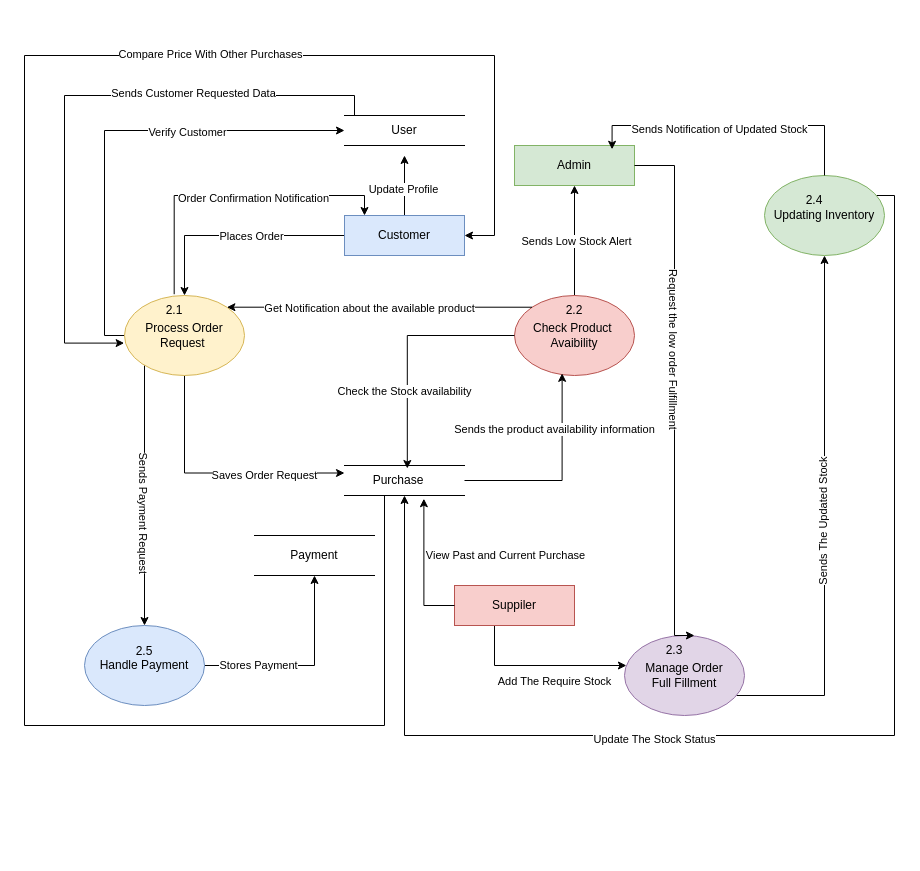
pawal-karki/DRAW.IO keeps this draw.io diagram as Untitled Diagram.drawio. Above is the earlier version. Source tidied: cells renumbered, new cells numbered last; positions are measured from the earlier drawing's top-left corner, leaving out a move shared by most shapes. Both pictures are drawn from the tidied source at 100%, with x=0, y=0 at pixel (24, 55).
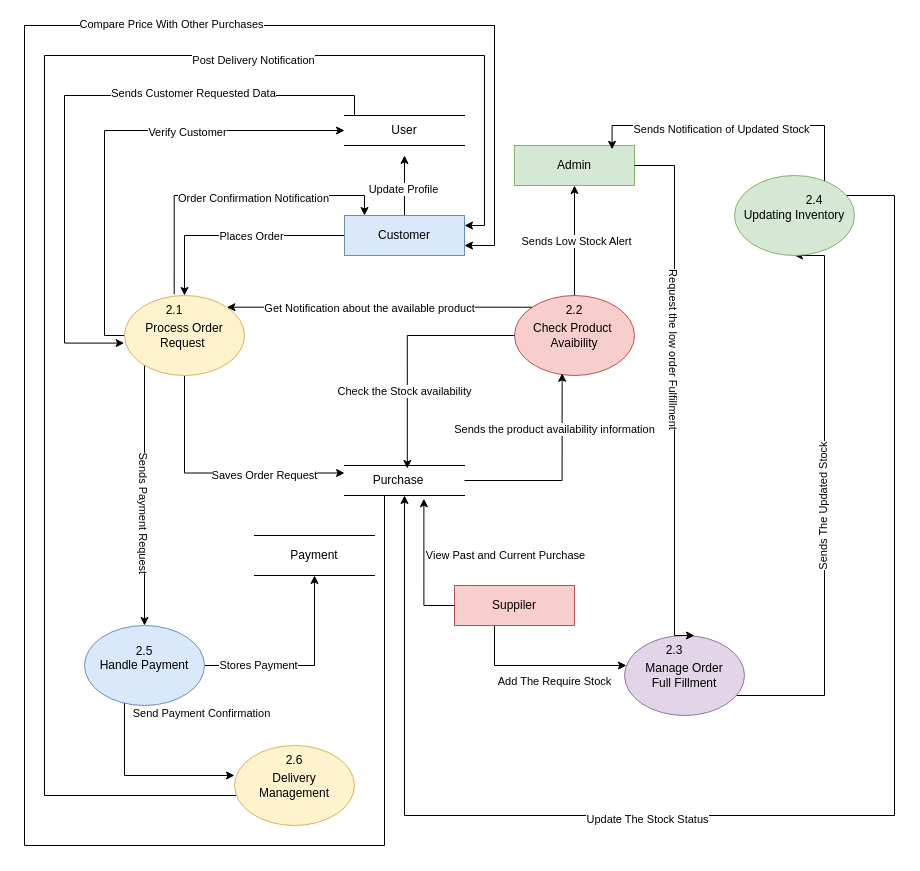
The same diagram, later.

Unchanged cells that the change refers to:
```xml
<mxCell id="6" value="Customer" style="rounded=0;whiteSpace=wrap;html=1;fillColor=#dae8fc;strokeColor=#6c8ebf;" parent="1" vertex="1">
  <mxGeometry x="320" y="160" width="120" height="40" as="geometry" />
</mxCell>
<mxCell id="22" value="Purchase" style="text;html=1;align=center;verticalAlign=middle;whiteSpace=wrap;rounded=0;" parent="1" vertex="1">
  <mxGeometry x="344" y="410" width="60" height="30" as="geometry" />
</mxCell>
<mxCell id="48" value="Handle Payment" style="ellipse;whiteSpace=wrap;html=1;fillColor=#dae8fc;strokeColor=#6c8ebf;" parent="1" vertex="1">
  <mxGeometry x="60" y="570" width="120" height="80" as="geometry" />
</mxCell>
```

The edit, as a diff of the source:
```diff
@@
-    <mxCell id="20" style="edgeStyle=orthogonalEdgeStyle;rounded=0;jettySize=auto;html=1;" parent="1" edge="1" source="22">
+    <mxCell id="20" style="edgeStyle=orthogonalEdgeStyle;rounded=0;jettySize=auto;html=1;exitX=0.25;exitY=1;exitDx=0;exitDy=0;" parent="1" edge="1" source="22">
       <mxGeometry relative="1" as="geometry">
-        <mxPoint x="440" y="180" as="targetPoint" />
+        <mxPoint x="440" y="190" as="targetPoint" />
         <Array as="points">
-          <mxPoint x="360" y="670" />
-          <mxPoint y="670" />
-          <mxPoint />
-          <mxPoint x="470" />
-          <mxPoint x="470" y="180" />
+          <mxPoint x="360" y="790" />
+          <mxPoint y="790" />
+          <mxPoint y="-30" />
+          <mxPoint x="470" y="-30" />
+          <mxPoint x="470" y="190" />
         </Array>
       </mxGeometry>
     </mxCell>
@@
     <mxCell id="26" style="edgeStyle=orthogonalEdgeStyle;rounded=0;jettySize=auto;html=1;" parent="1" edge="1" source="28">
       <mxGeometry relative="1" as="geometry">
         <mxPoint x="380" y="440" as="targetPoint" />
         <Array as="points">
           <mxPoint x="870" y="140" />
-          <mxPoint x="870" y="680" />
-          <mxPoint x="380" y="680" />
-          <mxPoint x="380" y="440" />
+          <mxPoint x="870" y="760" />
+          <mxPoint x="380" y="760" />
         </Array>
       </mxGeometry>
     </mxCell>
@@
     <mxCell id="28" value="Updating Inventory" style="ellipse;whiteSpace=wrap;html=1;fillColor=#d5e8d4;strokeColor=#82b366;" parent="1" vertex="1">
-      <mxGeometry x="740" y="120" width="120" height="80" as="geometry" />
+      <mxGeometry x="710" y="120" width="120" height="80" as="geometry" />
     </mxCell>
@@
+    <mxCell id="57" style="edgeStyle=orthogonalEdgeStyle;rounded=0;jettySize=auto;html=1;entryX=1;entryY=0.25;entryDx=0;entryDy=0;" parent="1" edge="1" source="59" target="6">
+      <mxGeometry relative="1" as="geometry">
+        <Array as="points">
+          <mxPoint x="20" y="740" />
+          <mxPoint x="20" />
+          <mxPoint x="460" />
+          <mxPoint x="460" y="170" />
+        </Array>
+      </mxGeometry>
+    </mxCell>
+    <mxCell id="58" value="Post Delivery Notification" style="edgeLabel;html=1;align=center;verticalAlign=middle;" parent="57" vertex="1">
+      <mxGeometry x="0.46" y="-4" relative="1" as="geometry" />
+    </mxCell>
+    <mxCell id="59" value="Delivery&lt;div&gt;Management&lt;/div&gt;" style="ellipse;whiteSpace=wrap;html=1;fillColor=#fff2cc;strokeColor=#d6b656;" parent="1" vertex="1">
+      <mxGeometry x="210" y="690" width="120" height="80" as="geometry" />
+    </mxCell>
+    <mxCell id="60" style="edgeStyle=orthogonalEdgeStyle;rounded=0;jettySize=auto;html=1;" parent="1" edge="1" source="48">
+      <mxGeometry relative="1" as="geometry">
+        <mxPoint x="210" y="720" as="targetPoint" />
+        <Array as="points">
+          <mxPoint x="100" y="720" />
+        </Array>
+      </mxGeometry>
+    </mxCell>
+    <mxCell id="61" value="Send Payment Confirmation" style="edgeLabel;html=1;align=center;verticalAlign=middle;" parent="60" vertex="1">
+      <mxGeometry x="0.21" relative="1" as="geometry">
+        <mxPoint x="39" y="-63" as="offset" />
+      </mxGeometry>
+    </mxCell>
+    <mxCell id="62" value="2.6" style="text;html=1;align=center;verticalAlign=middle;whiteSpace=wrap;rounded=0;" parent="1" vertex="1">
+      <mxGeometry x="240" y="690" width="60" height="30" as="geometry" />
+    </mxCell>
```
